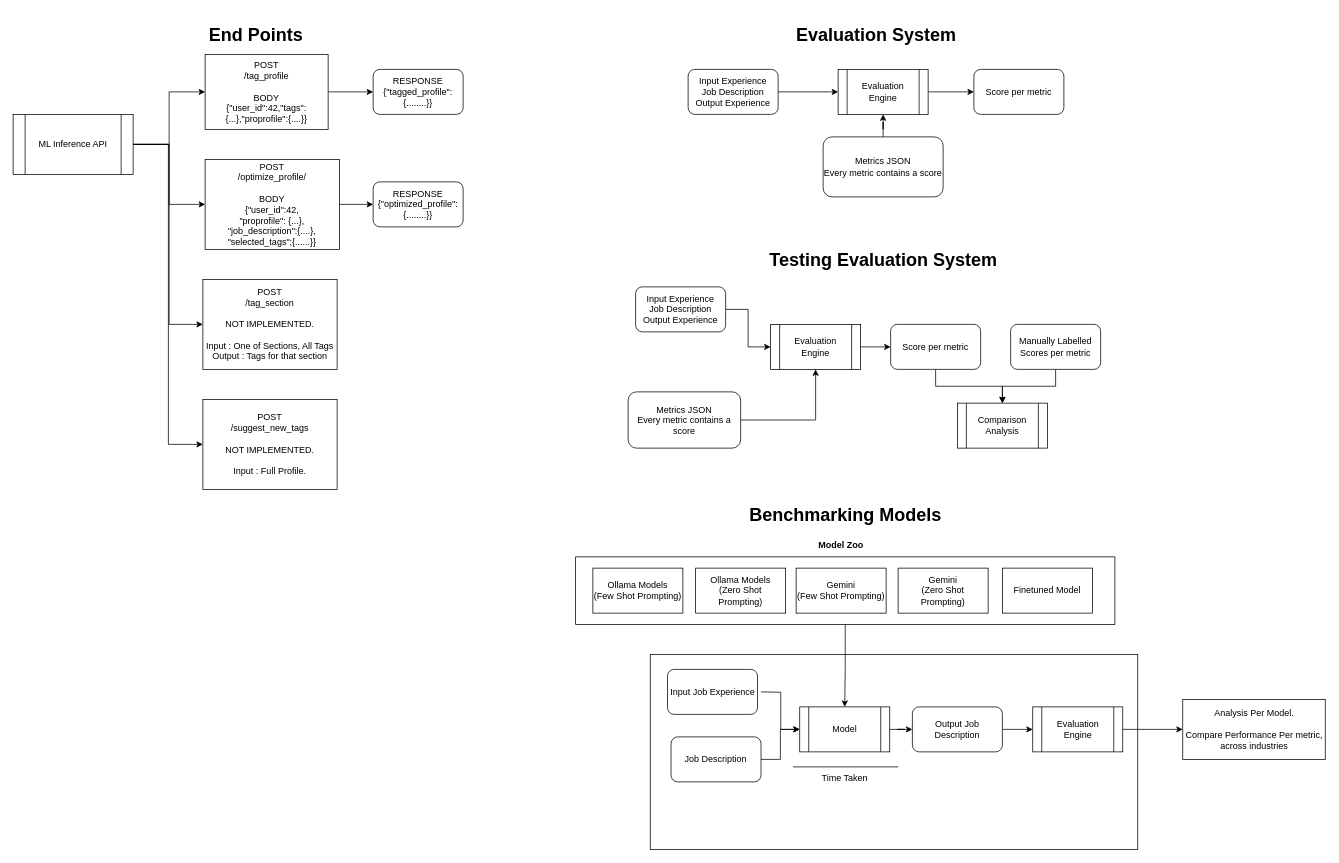
wereign/rizzume_ml keeps this draw.io diagram as ML_Systems.drawio. Above is the earlier version. Source tidied: cells renumbered, new cells numbered last; positions are measured from the earlier drawing's top-left corner, leaving out a move shared by most shapes. Both pictures are drawn from the tidied source at 75%, with x=0, y=0 at pixel (13, 24).
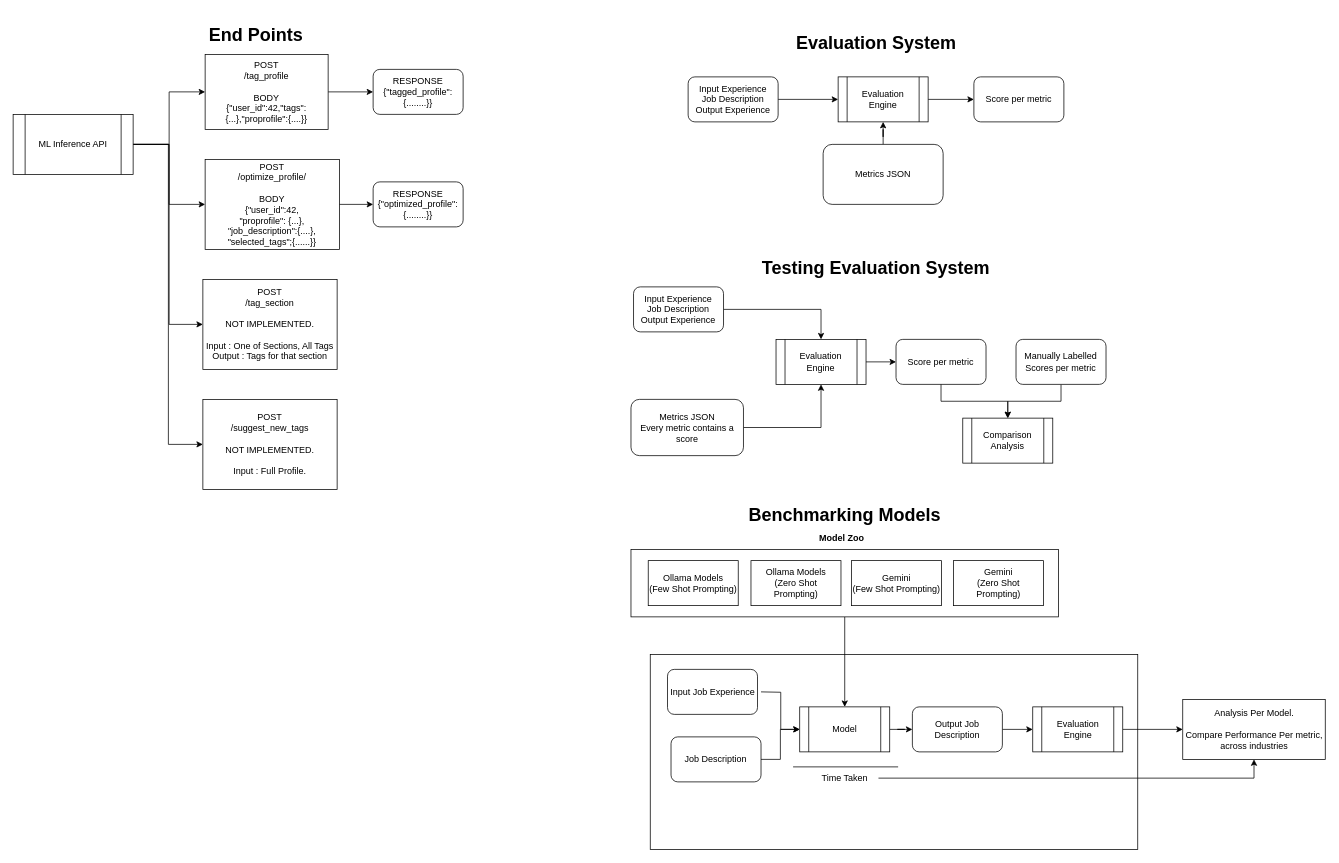
After the change.

The change refers to these unchanged cells:
```xml
<mxCell id="56" value="Analysis Per Model.&lt;div&gt;&lt;br&gt;&lt;/div&gt;&lt;div&gt;Compare Performance Per metric, across industries&lt;/div&gt;" style="whiteSpace=wrap;html=1;" parent="1" vertex="1">
  <mxGeometry x="1559.5" y="900" width="190" height="80" as="geometry" />
</mxCell>
<mxCell id="58" value="Time Taken" style="text;html=1;align=center;verticalAlign=middle;whiteSpace=wrap;rounded=0;" parent="1" vertex="1">
  <mxGeometry x="1063.8" y="990" width="90" height="30" as="geometry" />
</mxCell>
```

Diff of the diagram source:
```diff
@@
     <mxCell id="17" value="&lt;h1&gt;Evaluation System&lt;/h1&gt;" style="text;html=1;align=center;verticalAlign=middle;whiteSpace=wrap;rounded=0;" parent="1" vertex="1">
-      <mxGeometry x="1043" width="216" height="30" as="geometry" />
+      <mxGeometry x="1043" y="10" width="216" height="30" as="geometry" />
     </mxCell>
     <mxCell id="18" value="&lt;h1&gt;Testing Evaluation System&lt;/h1&gt;" style="text;html=1;align=center;verticalAlign=middle;whiteSpace=wrap;rounded=0;" parent="1" vertex="1">
-      <mxGeometry x="966.5" y="300" width="387" height="30" as="geometry" />
+      <mxGeometry x="957" y="310" width="387" height="30" as="geometry" />
     </mxCell>
@@
     <mxCell id="20" value="Evaluation Engine" style="shape=process;whiteSpace=wrap;html=1;backgroundOutline=1;" parent="1" vertex="1">
-      <mxGeometry x="1100" y="60" width="120" height="60" as="geometry" />
+      <mxGeometry x="1100" y="70" width="120" height="60" as="geometry" />
     </mxCell>
     <mxCell id="21" value="Score per metric" style="rounded=1;whiteSpace=wrap;html=1;" parent="1" vertex="1">
-      <mxGeometry x="1281" y="60" width="120" height="60" as="geometry" />
+      <mxGeometry x="1281" y="70" width="120" height="60" as="geometry" />
     </mxCell>
@@
     <mxCell id="23" value="Input Experience&lt;div&gt;Job Description&lt;/div&gt;&lt;div&gt;Output Experience&lt;/div&gt;" style="rounded=1;whiteSpace=wrap;html=1;" parent="1" vertex="1">
-      <mxGeometry x="900" y="60" width="120" height="60" as="geometry" />
+      <mxGeometry x="900" y="70" width="120" height="60" as="geometry" />
     </mxCell>
@@
-    <mxCell id="25" value="Metrics JSON&lt;div&gt;Every metric contains a score&lt;/div&gt;" style="rounded=1;whiteSpace=wrap;html=1;" parent="1" vertex="1">
-      <mxGeometry x="1080" y="150" width="160" height="80" as="geometry" />
+    <mxCell id="25" value="Metrics JSON" style="rounded=1;whiteSpace=wrap;html=1;" parent="1" vertex="1">
+      <mxGeometry x="1080" y="160" width="160" height="80" as="geometry" />
     </mxCell>
-    <mxCell id="26" style="edgeStyle=orthogonalEdgeStyle;rounded=0;jettySize=auto;html=1;" parent="1" edge="1" source="27" target="31">
+    <mxCell id="26" style="edgeStyle=orthogonalEdgeStyle;rounded=0;jettySize=auto;html=1;entryX=0.5;entryY=0;entryDx=0;entryDy=0;" parent="1" edge="1" source="27" target="31">
       <mxGeometry relative="1" as="geometry" />
     </mxCell>
     <mxCell id="27" value="Input Experience&lt;div&gt;Job Description&lt;/div&gt;&lt;div&gt;Output Experience&lt;/div&gt;" style="rounded=1;whiteSpace=wrap;html=1;" parent="1" vertex="1">
-      <mxGeometry x="830" y="350" width="120" height="60" as="geometry" />
+      <mxGeometry x="827.2" y="350" width="120" height="60" as="geometry" />
     </mxCell>
@@
     <mxCell id="29" value="&lt;div&gt;Manually Labelled Scores per metric&lt;/div&gt;" style="rounded=1;whiteSpace=wrap;html=1;" parent="1" vertex="1">
-      <mxGeometry x="1330" y="400" width="120" height="60" as="geometry" />
+      <mxGeometry x="1337.2" y="420" width="120" height="60" as="geometry" />
     </mxCell>
@@
     <mxCell id="31" value="Evaluation Engine" style="shape=process;whiteSpace=wrap;html=1;backgroundOutline=1;" parent="1" vertex="1">
-      <mxGeometry x="1010" y="400" width="120" height="60" as="geometry" />
+      <mxGeometry x="1017.2" y="420" width="120" height="60" as="geometry" />
     </mxCell>
@@
     <mxCell id="33" value="Metrics JSON&lt;div&gt;Every metric contains a score&lt;/div&gt;" style="rounded=1;whiteSpace=wrap;html=1;" parent="1" vertex="1">
-      <mxGeometry x="820" y="490" width="150" height="75" as="geometry" />
+      <mxGeometry x="823.8" y="500" width="150" height="75" as="geometry" />
     </mxCell>
     <mxCell id="34" value="Score per metric" style="rounded=1;whiteSpace=wrap;html=1;" parent="1" vertex="1">
-      <mxGeometry x="1170" y="400" width="120" height="60" as="geometry" />
+      <mxGeometry x="1177.2" y="420" width="120" height="60" as="geometry" />
     </mxCell>
     <mxCell id="35" value="Comparison Analysis" style="shape=process;whiteSpace=wrap;html=1;backgroundOutline=1;" parent="1" vertex="1">
-      <mxGeometry x="1259" y="505" width="120" height="60" as="geometry" />
+      <mxGeometry x="1266.2" y="525" width="120" height="60" as="geometry" />
     </mxCell>
@@
     <mxCell id="37" value="&lt;h1&gt;Benchmarking Models&lt;/h1&gt;" style="text;html=1;align=center;verticalAlign=middle;whiteSpace=wrap;rounded=0;" parent="1" vertex="1">
-      <mxGeometry x="955.5" y="640" width="308" height="30" as="geometry" />
+      <mxGeometry x="954.8" y="640" width="308" height="30" as="geometry" />
     </mxCell>
@@
-    <mxCell id="39" style="rounded=0;whiteSpace=wrap;html=1;" parent="1" vertex="1">
-      <mxGeometry x="750" y="710" width="719" height="90" as="geometry" />
-    </mxCell>
-    <mxCell id="40" value="Ollama Models&lt;br&gt;(Few Shot Prompting)" style="rounded=0;whiteSpace=wrap;html=1;" parent="1" vertex="1">
-      <mxGeometry x="773" y="725" width="120" height="60" as="geometry" />
-    </mxCell>
-    <mxCell id="41" value="Ollama Models&lt;div&gt;(Zero Shot Prompting)&lt;/div&gt;" style="rounded=0;whiteSpace=wrap;html=1;" parent="1" vertex="1">
-      <mxGeometry x="910" y="725" width="120" height="60" as="geometry" />
-    </mxCell>
-    <mxCell id="42" value="Gemini&lt;div&gt;(Few Shot Prompting)&lt;/div&gt;" style="rounded=0;whiteSpace=wrap;html=1;" parent="1" vertex="1">
-      <mxGeometry x="1044" y="725" width="120" height="60" as="geometry" />
-    </mxCell>
-    <mxCell id="43" value="Gemini&lt;div&gt;(Zero Shot Prompting)&lt;/div&gt;" style="rounded=0;whiteSpace=wrap;html=1;" parent="1" vertex="1">
-      <mxGeometry x="1180" y="725" width="120" height="60" as="geometry" />
-    </mxCell>
-    <mxCell id="44" value="Finetuned Model" style="rounded=0;whiteSpace=wrap;html=1;" parent="1" vertex="1">
-      <mxGeometry x="1319" y="725" width="120" height="60" as="geometry" />
-    </mxCell>
-    <mxCell id="45" value="&lt;b&gt;Model Zoo&lt;/b&gt;" style="text;html=1;align=center;verticalAlign=middle;whiteSpace=wrap;rounded=0;" parent="1" vertex="1">
-      <mxGeometry x="1059" y="680" width="90" height="30" as="geometry" />
-    </mxCell>
@@
+    <mxCell id="59" style="edgeStyle=orthogonalEdgeStyle;rounded=0;jettySize=auto;html=1;entryX=0.5;entryY=1;entryDx=0;entryDy=0;" parent="1" edge="1" source="58" target="56">
+      <mxGeometry relative="1" as="geometry" />
+    </mxCell>
@@
+    <mxCell id="60" style="group;" parent="1" vertex="1">
+      <mxGeometry x="823.8" y="670" width="570" height="120" as="geometry" />
+    </mxCell>
+    <mxCell id="39" style="rounded=0;whiteSpace=wrap;html=1;" parent="60" vertex="1">
+      <mxGeometry y="30" width="570" height="90" as="geometry" />
+    </mxCell>
+    <mxCell id="40" value="Ollama Models&lt;br&gt;(Few Shot Prompting)" style="rounded=0;whiteSpace=wrap;html=1;" parent="60" vertex="1">
+      <mxGeometry x="23" y="45" width="120" height="60" as="geometry" />
+    </mxCell>
+    <mxCell id="41" value="Ollama Models&lt;div&gt;(Zero Shot Prompting)&lt;/div&gt;" style="rounded=0;whiteSpace=wrap;html=1;" parent="60" vertex="1">
+      <mxGeometry x="160" y="45" width="120" height="60" as="geometry" />
+    </mxCell>
+    <mxCell id="42" value="Gemini&lt;div&gt;(Few Shot Prompting)&lt;/div&gt;" style="rounded=0;whiteSpace=wrap;html=1;" parent="60" vertex="1">
+      <mxGeometry x="294" y="45" width="120" height="60" as="geometry" />
+    </mxCell>
+    <mxCell id="43" value="Gemini&lt;div&gt;(Zero Shot Prompting)&lt;/div&gt;" style="rounded=0;whiteSpace=wrap;html=1;" parent="60" vertex="1">
+      <mxGeometry x="430" y="45" width="120" height="60" as="geometry" />
+    </mxCell>
+    <mxCell id="45" value="&lt;b&gt;Model Zoo&lt;/b&gt;" style="text;html=1;align=center;verticalAlign=middle;whiteSpace=wrap;rounded=0;" parent="60" vertex="1">
+      <mxGeometry x="236.5" width="90" height="30" as="geometry" />
+    </mxCell>
```
